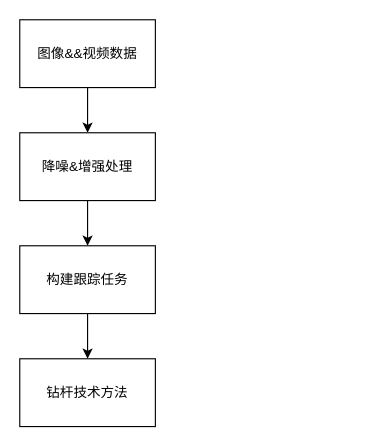
Before: 基于视频分析煤矿钻井杆数目统计算法识别.drawio in paleblackless/diagrams, a draw.io diagram. Source tidied: cells renumbered, new cells numbered last; positions are measured from the earlier drawing's top-left corner, leaving out a move shared by most shapes. Both pictures are drawn from the tidied source at 113%, with x=0, y=0 at pixel (19, 19).
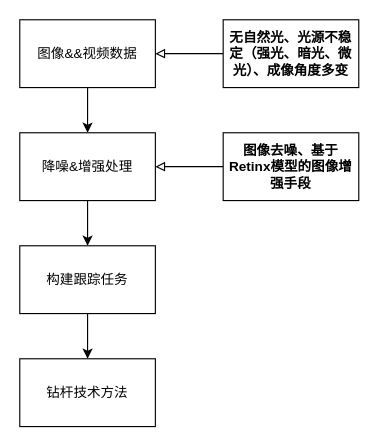
Above is the later version.

Commit message (it also covers changes not shown here):
更新基于视频分析煤矿钻井杆数目统计算法识别.drawio

Diff of the diagram source:
```diff
@@
 <mxGraphModel>
   <root>
     <mxCell id="0" />
     <mxCell id="1" parent="0" />
     <mxCell id="2" style="edgeStyle=orthogonalEdgeStyle;rounded=0;jettySize=auto;html=1;exitX=0.5;exitY=1;exitDx=0;exitDy=0;" parent="1" edge="1" source="3" target="5">
       <mxGeometry relative="1" as="geometry" />
     </mxCell>
     <mxCell id="3" value="图像&amp;amp;&amp;amp;视频数据" style="rounded=0;whiteSpace=wrap;html=1;" parent="1" vertex="1">
       <mxGeometry width="120" height="60" as="geometry" />
     </mxCell>
     <mxCell id="4" style="edgeStyle=orthogonalEdgeStyle;rounded=0;jettySize=auto;html=1;exitX=0.5;exitY=1;exitDx=0;exitDy=0;" parent="1" edge="1" source="5" target="7">
       <mxGeometry relative="1" as="geometry" />
     </mxCell>
     <mxCell id="5" value="降噪&amp;amp;增强处理" style="rounded=0;whiteSpace=wrap;html=1;" parent="1" vertex="1">
       <mxGeometry y="100" width="120" height="60" as="geometry" />
     </mxCell>
     <mxCell id="6" style="edgeStyle=orthogonalEdgeStyle;rounded=0;jettySize=auto;html=1;exitX=0.5;exitY=1;exitDx=0;exitDy=0;entryX=0.5;entryY=0;entryDx=0;entryDy=0;" parent="1" edge="1" source="7">
       <mxGeometry relative="1" as="geometry">
         <mxPoint x="60" y="300" as="targetPoint" />
       </mxGeometry>
     </mxCell>
     <mxCell id="7" value="构建跟踪任务" style="rounded=0;whiteSpace=wrap;html=1;" parent="1" vertex="1">
       <mxGeometry y="200" width="120" height="60" as="geometry" />
     </mxCell>
     <mxCell id="8" value="钻杆技术方法" style="rounded=0;whiteSpace=wrap;html=1;" parent="1" vertex="1">
       <mxGeometry y="300" width="120" height="60" as="geometry" />
     </mxCell>
+    <mxCell id="9" style="edgeStyle=orthogonalEdgeStyle;rounded=0;jettySize=auto;html=1;entryX=1;entryY=0.5;entryDx=0;entryDy=0;fontSize=12;endArrow=block;endFill=0;" parent="1" edge="1" source="10" target="3">
+      <mxGeometry relative="1" as="geometry" />
+    </mxCell>
+    <mxCell id="10" value="&lt;b&gt;无自然光、光源不稳定（强光、暗光、微光）、成像角度多变&lt;/b&gt;" style="rounded=0;whiteSpace=wrap;html=1;fontSize=12;" parent="1" vertex="1">
+      <mxGeometry x="180" width="120" height="60" as="geometry" />
+    </mxCell>
+    <mxCell id="11" style="edgeStyle=orthogonalEdgeStyle;rounded=0;jettySize=auto;html=1;exitX=0;exitY=0.5;exitDx=0;exitDy=0;fontSize=12;endArrow=block;endFill=0;" parent="1" edge="1" source="12" target="5">
+      <mxGeometry relative="1" as="geometry" />
+    </mxCell>
+    <mxCell id="12" value="&lt;b&gt;图像去噪、基于Retinx模型的图像增强手段&lt;/b&gt;" style="rounded=0;whiteSpace=wrap;html=1;fontSize=12;" parent="1" vertex="1">
+      <mxGeometry x="180" y="100" width="120" height="60" as="geometry" />
+    </mxCell>
   </root>
 </mxGraphModel>
```
